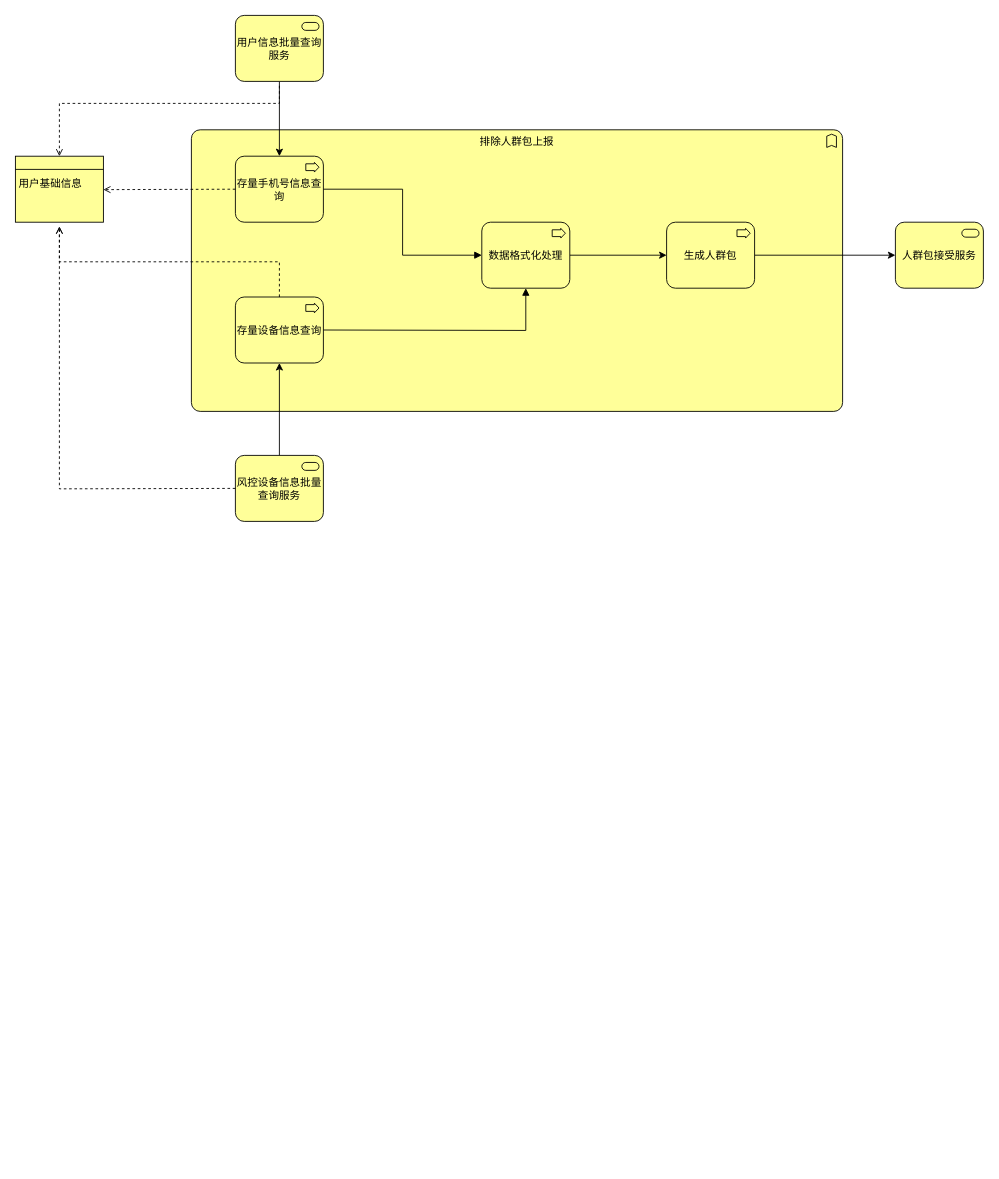
This is 广告投放-业务建模.drawio from yuanlj-tea/picgo, a draw.io file, before an edit. Source tidied: cells renumbered, new cells numbered last; positions are measured from the earlier drawing's top-left corner, leaving out a move shared by most shapes. Both pictures are drawn from the tidied source at 88%, with x=0, y=0 at pixel (15, 15).
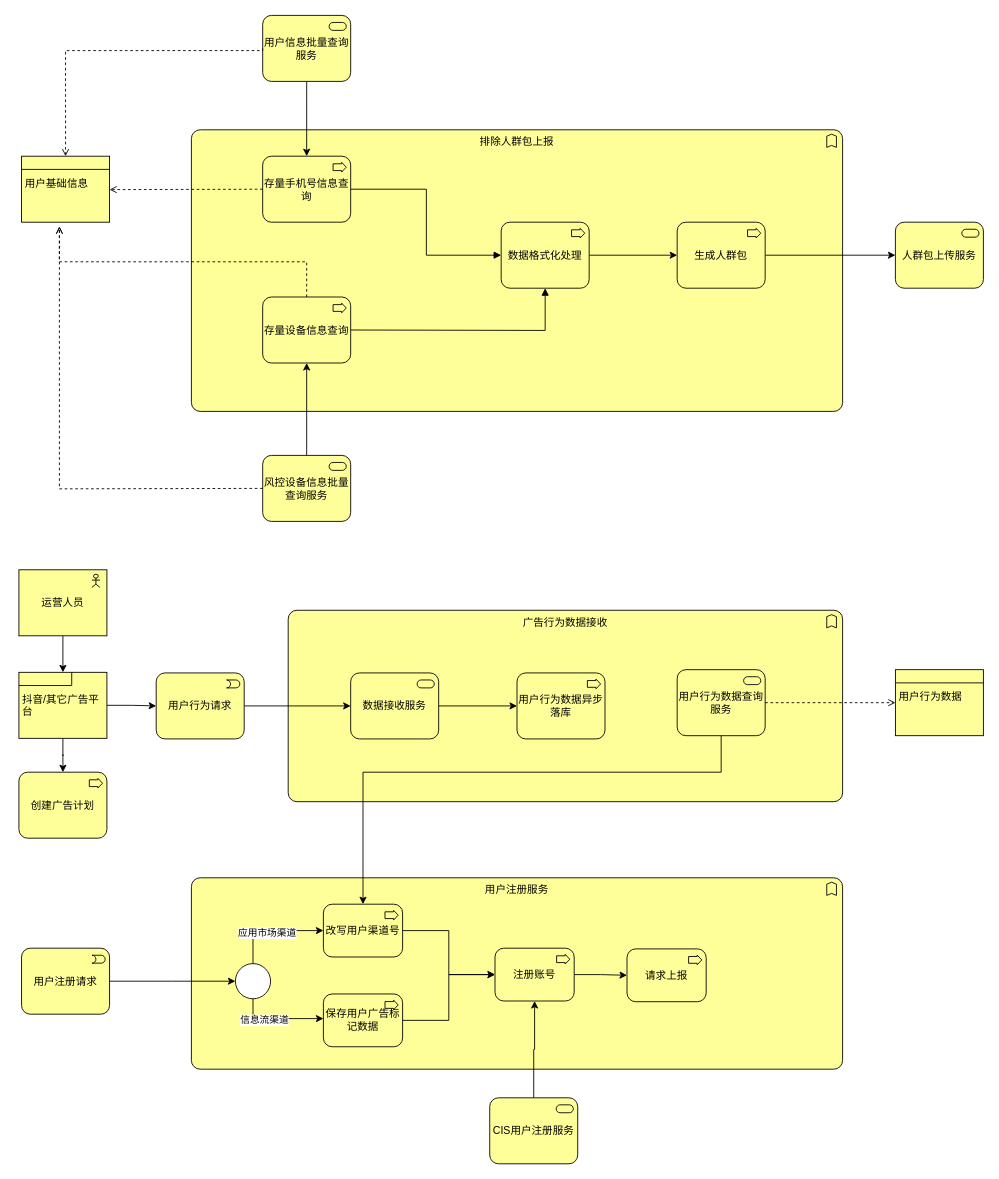
Above is the later version.

Commit message (it also covers changes not shown here):
更新广告投放-业务建模.drawio

What changed in the source:
```diff
@@
     <mxCell id="3" value="存量手机号信息查询" style="html=1;outlineConnect=0;whiteSpace=wrap;fillColor=#ffff99;shape=mxgraph.archimate.business;busType=process;" parent="1" vertex="1">
-      <mxGeometry x="250" y="160" width="100" height="75" as="geometry" />
+      <mxGeometry x="281" y="160" width="100" height="75" as="geometry" />
     </mxCell>
@@
     <mxCell id="5" value="用户信息批量查询服务" style="html=1;outlineConnect=0;whiteSpace=wrap;fillColor=#ffff99;shape=mxgraph.archimate.business;busType=service;" parent="1" vertex="1">
-      <mxGeometry x="250" width="100" height="75" as="geometry" />
+      <mxGeometry x="281" width="100" height="75" as="geometry" />
     </mxCell>
     <mxCell id="6" value="&lt;table cellpadding=&quot;0&quot; cellspacing=&quot;0&quot; style=&quot;font-size:1em;width:100%;height:100%;&quot;&gt;&lt;tbody&gt;&lt;tr style=&quot;height:20px;&quot;&gt;&lt;td align=&quot;center&quot;&gt;&lt;/td&gt;&lt;/tr&gt;&lt;tr&gt;&lt;td align=&quot;left&quot; valign=&quot;top&quot; style=&quot;padding:4px;&quot;&gt;用户基础信息&lt;/td&gt;&lt;/tr&gt;&lt;/tbody&gt;&lt;/table&gt;" style="html=1;outlineConnect=0;whiteSpace=wrap;fillColor=#ffff99;shape=mxgraph.archimate.businessObject;overflow=fill;" parent="1" vertex="1">
-      <mxGeometry y="160" width="100" height="75" as="geometry" />
+      <mxGeometry x="7" y="160" width="100" height="75" as="geometry" />
     </mxCell>
-    <mxCell id="7" style="edgeStyle=elbowEdgeStyle;html=1;endArrow=open;elbow=vertical;endFill=1;dashed=1;rounded=0;" parent="1" edge="1" target="6">
+    <mxCell id="7" style="edgeStyle=elbowEdgeStyle;html=1;endArrow=open;elbow=vertical;endFill=1;dashed=1;rounded=0;exitX=0;exitY=0.5;exitDx=0;exitDy=0;exitPerimeter=0;" parent="1" edge="1" source="5" target="6">
       <mxGeometry relative="1" as="geometry">
-        <mxPoint x="300" y="80" as="sourcePoint" />
         <Array as="points">
-          <mxPoint x="180" y="100" />
+          <mxPoint x="190" y="40" />
         </Array>
       </mxGeometry>
     </mxCell>
@@
     <mxCell id="9" value="存量设备信息查询" style="html=1;outlineConnect=0;whiteSpace=wrap;fillColor=#ffff99;shape=mxgraph.archimate.business;busType=process;" parent="1" vertex="1">
-      <mxGeometry x="250" y="320" width="100" height="75" as="geometry" />
+      <mxGeometry x="281" y="320" width="100" height="75" as="geometry" />
     </mxCell>
@@
     <mxCell id="12" value="风控设备信息批量查询服务" style="html=1;outlineConnect=0;whiteSpace=wrap;fillColor=#ffff99;shape=mxgraph.archimate.business;busType=service;" parent="1" vertex="1">
-      <mxGeometry x="250" y="500" width="100" height="75" as="geometry" />
+      <mxGeometry x="281" y="500" width="100" height="75" as="geometry" />
     </mxCell>
@@
     <mxCell id="14" value="数据格式化处理" style="html=1;outlineConnect=0;whiteSpace=wrap;fillColor=#ffff99;shape=mxgraph.archimate.business;busType=process;" parent="1" vertex="1">
-      <mxGeometry x="530" y="235" width="100" height="75" as="geometry" />
+      <mxGeometry x="552" y="235" width="100" height="75" as="geometry" />
     </mxCell>
@@
     <mxCell id="18" value="生成人群包" style="html=1;outlineConnect=0;whiteSpace=wrap;fillColor=#ffff99;shape=mxgraph.archimate.business;busType=process;" parent="1" vertex="1">
-      <mxGeometry x="740" y="235" width="100" height="75" as="geometry" />
+      <mxGeometry x="752" y="235" width="100" height="75" as="geometry" />
     </mxCell>
@@
-    <mxCell id="20" value="人群包接受服务" style="html=1;outlineConnect=0;whiteSpace=wrap;fillColor=#ffff99;shape=mxgraph.archimate.business;busType=service;" parent="1" vertex="1">
+    <mxCell id="20" value="人群包上传服务" style="html=1;outlineConnect=0;whiteSpace=wrap;fillColor=#ffff99;shape=mxgraph.archimate.business;busType=service;" parent="1" vertex="1">
       <mxGeometry x="1000" y="235" width="100" height="75" as="geometry" />
     </mxCell>
+    <mxCell id="21" style="edgeStyle=orthogonalEdgeStyle;rounded=0;jettySize=auto;html=1;" parent="1" edge="1" source="22" target="36">
+      <mxGeometry relative="1" as="geometry" />
+    </mxCell>
+    <mxCell id="22" value="运营人员" style="html=1;outlineConnect=0;whiteSpace=wrap;fillColor=#ffff99;shape=mxgraph.archimate.application;appType=actor;" parent="1" vertex="1">
+      <mxGeometry x="4" y="630" width="100" height="75" as="geometry" />
+    </mxCell>
+    <mxCell id="23" value="创建广告计划" style="html=1;outlineConnect=0;whiteSpace=wrap;fillColor=#ffff99;shape=mxgraph.archimate.business;busType=process;" parent="1" vertex="1">
+      <mxGeometry x="4" y="860" width="100" height="75" as="geometry" />
+    </mxCell>
+    <mxCell id="24" value="广告行为数据接收" style="html=1;whiteSpace=wrap;fillColor=#ffff99;shape=mxgraph.archimate.business;busType=function;verticalAlign=top;" parent="1" vertex="1">
+      <mxGeometry x="310" y="676" width="630" height="217.5" as="geometry" />
+    </mxCell>
+    <mxCell id="25" style="edgeStyle=orthogonalEdgeStyle;rounded=0;jettySize=auto;html=1;entryX=0;entryY=0.5;entryDx=0;entryDy=0;entryPerimeter=0;" parent="1" edge="1" source="26" target="28">
+      <mxGeometry relative="1" as="geometry" />
+    </mxCell>
+    <mxCell id="26" value="用户行为请求" style="html=1;outlineConnect=0;whiteSpace=wrap;fillColor=#ffff99;shape=mxgraph.archimate.business;busType=event;" parent="1" vertex="1">
+      <mxGeometry x="160" y="747.2" width="100" height="75" as="geometry" />
+    </mxCell>
+    <mxCell id="27" style="edgeStyle=orthogonalEdgeStyle;rounded=0;jettySize=auto;html=1;entryX=0;entryY=0.5;entryDx=0;entryDy=0;entryPerimeter=0;" parent="1" edge="1" source="28" target="29">
+      <mxGeometry relative="1" as="geometry" />
+    </mxCell>
+    <mxCell id="28" value="数据接收服务" style="html=1;outlineConnect=0;whiteSpace=wrap;fillColor=#ffff99;shape=mxgraph.archimate.business;busType=service;" parent="1" vertex="1">
+      <mxGeometry x="381" y="747.2" width="100" height="75" as="geometry" />
+    </mxCell>
+    <mxCell id="29" value="用户行为数据异步落库" style="html=1;outlineConnect=0;whiteSpace=wrap;fillColor=#ffff99;shape=mxgraph.archimate.business;busType=process;" parent="1" vertex="1">
+      <mxGeometry x="570" y="747.2" width="100" height="75" as="geometry" />
+    </mxCell>
+    <mxCell id="30" value="用户行为数据查询服务" style="html=1;outlineConnect=0;whiteSpace=wrap;fillColor=#ffff99;shape=mxgraph.archimate.business;busType=service;" parent="1" vertex="1">
+      <mxGeometry x="752" y="743.5" width="100" height="75" as="geometry" />
+    </mxCell>
+    <mxCell id="31" value="&lt;table cellpadding=&quot;0&quot; cellspacing=&quot;0&quot; style=&quot;font-size:1em;width:100%;height:100%;&quot;&gt;&lt;tbody&gt;&lt;tr style=&quot;height:20px;&quot;&gt;&lt;td align=&quot;center&quot;&gt;&lt;/td&gt;&lt;/tr&gt;&lt;tr&gt;&lt;td align=&quot;left&quot; valign=&quot;top&quot; style=&quot;padding:4px;&quot;&gt;用户行为数据&lt;/td&gt;&lt;/tr&gt;&lt;/tbody&gt;&lt;/table&gt;" style="html=1;outlineConnect=0;whiteSpace=wrap;fillColor=#ffff99;shape=mxgraph.archimate.businessObject;overflow=fill;" parent="1" vertex="1">
+      <mxGeometry x="1000" y="743.5" width="100" height="75" as="geometry" />
+    </mxCell>
+    <mxCell id="32" value="用户注册服务" style="html=1;whiteSpace=wrap;fillColor=#ffff99;shape=mxgraph.archimate.business;busType=function;verticalAlign=top;" parent="1" vertex="1">
+      <mxGeometry x="200" y="980" width="740" height="217.5" as="geometry" />
+    </mxCell>
+    <mxCell id="33" style="edgeStyle=orthogonalEdgeStyle;rounded=0;jettySize=auto;html=1;entryX=0;entryY=0.5;entryDx=0;entryDy=0;entryPerimeter=0;" parent="1" edge="1" source="36" target="26">
+      <mxGeometry relative="1" as="geometry" />
+    </mxCell>
+    <mxCell id="34" style="edgeStyle=orthogonalEdgeStyle;rounded=0;jettySize=auto;html=1;entryX=0.5;entryY=0;entryDx=0;entryDy=0;entryPerimeter=0;" parent="1" edge="1" source="30" target="46">
+      <mxGeometry relative="1" as="geometry">
+        <Array as="points">
+          <mxPoint x="802" y="860" />
+          <mxPoint x="395" y="860" />
+        </Array>
+      </mxGeometry>
+    </mxCell>
+    <mxCell id="35" style="edgeStyle=orthogonalEdgeStyle;rounded=0;jettySize=auto;html=1;entryX=0.5;entryY=0;entryDx=0;entryDy=0;entryPerimeter=0;" parent="1" edge="1" source="36" target="23">
+      <mxGeometry relative="1" as="geometry" />
+    </mxCell>
+    <mxCell id="36" value="&lt;table cellpadding=&quot;0&quot; cellspacing=&quot;0&quot; style=&quot;font-size:1em;width:100%;height:100%;&quot;&gt;&lt;tbody&gt;&lt;tr style=&quot;height:20px;&quot;&gt;&lt;td align=&quot;left&quot;&gt;&lt;/td&gt;&lt;/tr&gt;&lt;tr&gt;&lt;td align=&quot;left&quot; valign=&quot;top&quot; style=&quot;padding:4px;&quot;&gt;抖音/其它广告平台&lt;/td&gt;&lt;/tr&gt;&lt;/tbody&gt;&lt;/table&gt;" style="html=1;outlineConnect=0;whiteSpace=wrap;fillColor=#ffff99;shape=mxgraph.archimate.product;overflow=fill;" parent="1" vertex="1">
+      <mxGeometry x="4" y="746.5" width="100" height="75" as="geometry" />
+    </mxCell>
+    <mxCell id="37" style="edgeStyle=elbowEdgeStyle;html=1;endArrow=open;elbow=vertical;endFill=1;dashed=1;rounded=0;exitX=1;exitY=0.5;exitDx=0;exitDy=0;exitPerimeter=0;entryX=0;entryY=0.5;entryDx=0;entryDy=0;entryPerimeter=0;" parent="1" edge="1" source="30" target="31">
+      <mxGeometry relative="1" as="geometry" />
+    </mxCell>
+    <mxCell id="38" style="edgeStyle=orthogonalEdgeStyle;rounded=0;jettySize=auto;html=1;entryX=0;entryY=0.5;entryDx=0;entryDy=0;" parent="1" edge="1" source="39">
+      <mxGeometry relative="1" as="geometry">
+        <mxPoint x="250" y="1097.5" as="targetPoint" />
+      </mxGeometry>
+    </mxCell>
+    <mxCell id="39" value="用户注册请求" style="html=1;outlineConnect=0;whiteSpace=wrap;fillColor=#ffff99;shape=mxgraph.archimate.business;busType=event;" parent="1" vertex="1">
+      <mxGeometry x="7" y="1060" width="100" height="75" as="geometry" />
+    </mxCell>
+    <mxCell id="40" style="edgeStyle=orthogonalEdgeStyle;rounded=0;jettySize=auto;html=1;entryX=0;entryY=0.5;entryDx=0;entryDy=0;entryPerimeter=0;" parent="1" edge="1" source="44" target="46">
+      <mxGeometry relative="1" as="geometry">
+        <Array as="points">
+          <mxPoint x="270" y="1040" />
+        </Array>
+      </mxGeometry>
+    </mxCell>
+    <mxCell id="41" value="应用市场渠道" style="edgeLabel;html=1;align=center;verticalAlign=middle;" parent="40" vertex="1">
+      <mxGeometry x="-0.09" y="-2" relative="1" as="geometry" />
+    </mxCell>
+    <mxCell id="42" style="edgeStyle=orthogonalEdgeStyle;rounded=0;jettySize=auto;html=1;" parent="1" edge="1" source="44" target="48">
+      <mxGeometry relative="1" as="geometry">
+        <Array as="points">
+          <mxPoint x="270" y="1140" />
+        </Array>
+      </mxGeometry>
+    </mxCell>
+    <mxCell id="43" value="信息流渠道" style="edgeLabel;html=1;align=center;verticalAlign=middle;" parent="42" vertex="1">
+      <mxGeometry x="-0.32" y="-1" relative="1" as="geometry" />
+    </mxCell>
+    <mxCell id="44" style="ellipse;html=1;verticalLabelPosition=bottom;labelBackgroundColor=#ffffff;verticalAlign=top;fillColor=#ffffff;" parent="1" vertex="1">
+      <mxGeometry x="250" y="1077.5" width="40" height="40" as="geometry" />
+    </mxCell>
+    <mxCell id="45" style="edgeStyle=orthogonalEdgeStyle;rounded=0;jettySize=auto;html=1;" parent="1" edge="1" source="46" target="52">
+      <mxGeometry relative="1" as="geometry" />
+    </mxCell>
+    <mxCell id="46" value="改写用户渠道号" style="html=1;outlineConnect=0;whiteSpace=wrap;fillColor=#ffff99;shape=mxgraph.archimate.business;busType=process;" parent="1" vertex="1">
+      <mxGeometry x="350" y="1010" width="90" height="60" as="geometry" />
+    </mxCell>
+    <mxCell id="47" style="edgeStyle=orthogonalEdgeStyle;rounded=0;jettySize=auto;html=1;entryX=0;entryY=0.5;entryDx=0;entryDy=0;entryPerimeter=0;" parent="1" edge="1" source="48" target="52">
+      <mxGeometry relative="1" as="geometry" />
+    </mxCell>
+    <mxCell id="48" value="保存用户广告标记数据" style="html=1;outlineConnect=0;whiteSpace=wrap;fillColor=#ffff99;shape=mxgraph.archimate.business;busType=process;" parent="1" vertex="1">
+      <mxGeometry x="350" y="1112" width="90" height="60" as="geometry" />
+    </mxCell>
+    <mxCell id="49" style="edgeStyle=orthogonalEdgeStyle;rounded=0;jettySize=auto;html=1;entryX=0.5;entryY=1;entryDx=0;entryDy=0;entryPerimeter=0;" parent="1" edge="1" source="50" target="52">
+      <mxGeometry relative="1" as="geometry" />
+    </mxCell>
+    <mxCell id="50" value="CIS用户注册服务" style="html=1;outlineConnect=0;whiteSpace=wrap;fillColor=#ffff99;shape=mxgraph.archimate.business;busType=service;" parent="1" vertex="1">
+      <mxGeometry x="539" y="1230" width="100" height="75" as="geometry" />
+    </mxCell>
+    <mxCell id="51" style="edgeStyle=orthogonalEdgeStyle;rounded=0;jettySize=auto;html=1;" parent="1" edge="1" source="52" target="53">
+      <mxGeometry relative="1" as="geometry" />
+    </mxCell>
+    <mxCell id="52" value="注册账号" style="html=1;outlineConnect=0;whiteSpace=wrap;fillColor=#ffff99;shape=mxgraph.archimate.business;busType=process;" parent="1" vertex="1">
+      <mxGeometry x="545" y="1060" width="90" height="60" as="geometry" />
+    </mxCell>
+    <mxCell id="53" value="请求上报" style="html=1;outlineConnect=0;whiteSpace=wrap;fillColor=#ffff99;shape=mxgraph.archimate.business;busType=process;" parent="1" vertex="1">
+      <mxGeometry x="695" y="1060.8" width="90" height="60" as="geometry" />
+    </mxCell>
```
